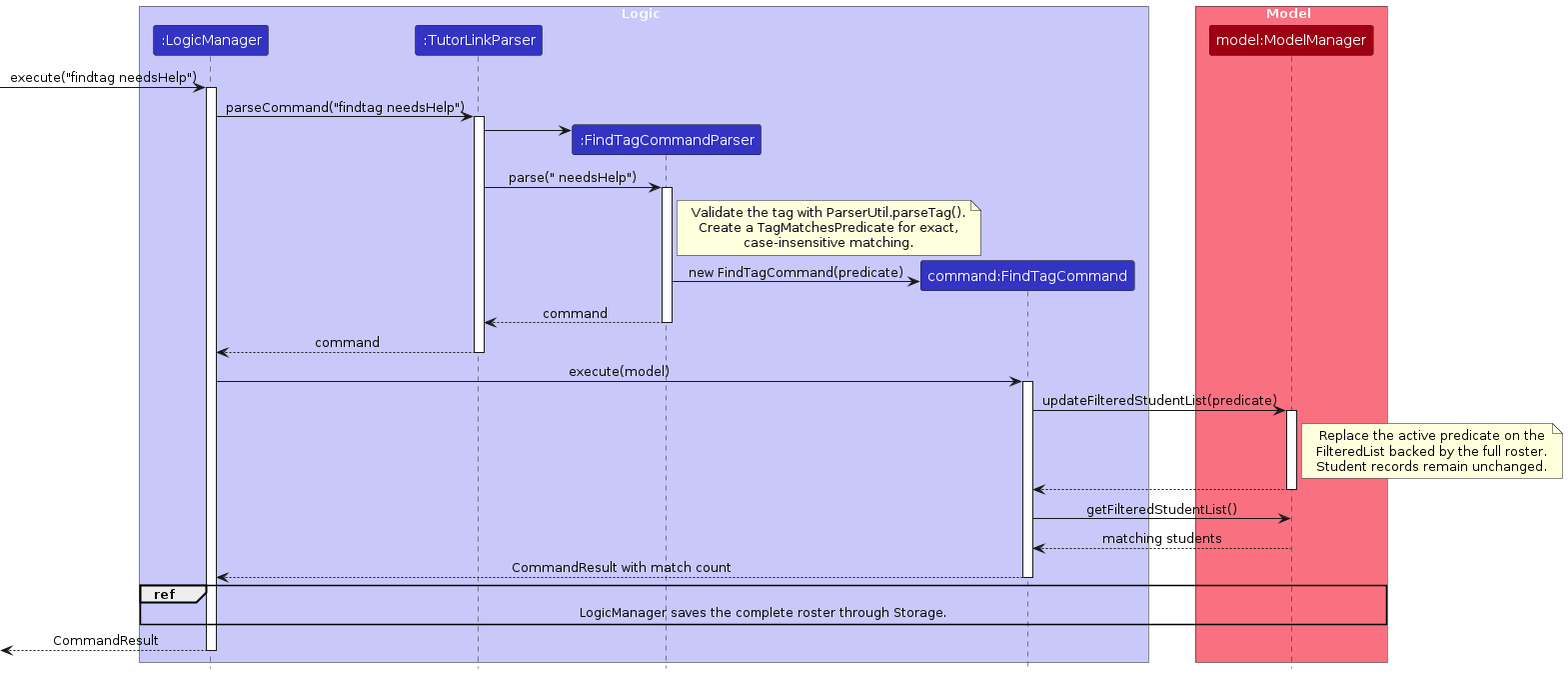
AY2627S1-CS2103T-T13-4/tp keeps this PlantUML diagram as diagrams/FindTagSequenceDiagram.png. Above is the earlier version. Its source is kept beside it as diagrams/FindTagSequenceDiagram.puml. Its diagram source:
```plantuml
@startuml
!include style.puml
skinparam ArrowFontStyle plain
hide footbox

box Logic LOGIC_COLOR_T1
participant ":LogicManager" as LogicManager LOGIC_COLOR
participant ":TutorLinkParser" as TutorLinkParser LOGIC_COLOR
participant ":FindTagCommandParser" as Parser LOGIC_COLOR
participant "command:FindTagCommand" as Command LOGIC_COLOR
end box

box Model MODEL_COLOR_T1
participant "model:ModelManager" as Model MODEL_COLOR
end box

[-> LogicManager : execute("findtag needsHelp")
activate LogicManager
LogicManager -> TutorLinkParser : parseCommand("findtag needsHelp")
activate TutorLinkParser
create Parser
TutorLinkParser -> Parser
TutorLinkParser -> Parser : parse(" needsHelp")
activate Parser
note right of Parser
  Validate the tag with ParserUtil.parseTag().
  Create a TagMatchesPredicate for exact,
  case-insensitive matching.
end note
create Command
Parser -> Command : new FindTagCommand(predicate)
Parser --> TutorLinkParser : command
deactivate Parser
TutorLinkParser --> LogicManager : command
deactivate TutorLinkParser

LogicManager -> Command : execute(model)
activate Command
Command -> Model : updateFilteredStudentList(predicate)
activate Model
note right of Model
  Replace the active predicate on the
  FilteredList backed by the full roster.
  Student records remain unchanged.
end note
Model --> Command
deactivate Model
Command -> Model : getFilteredStudentList()
Model --> Command : matching students
Command --> LogicManager : CommandResult with match count
deactivate Command
ref over LogicManager, Model
  LogicManager saves the complete roster through Storage.
end ref
[<-- LogicManager : CommandResult
deactivate LogicManager
@enduml
```
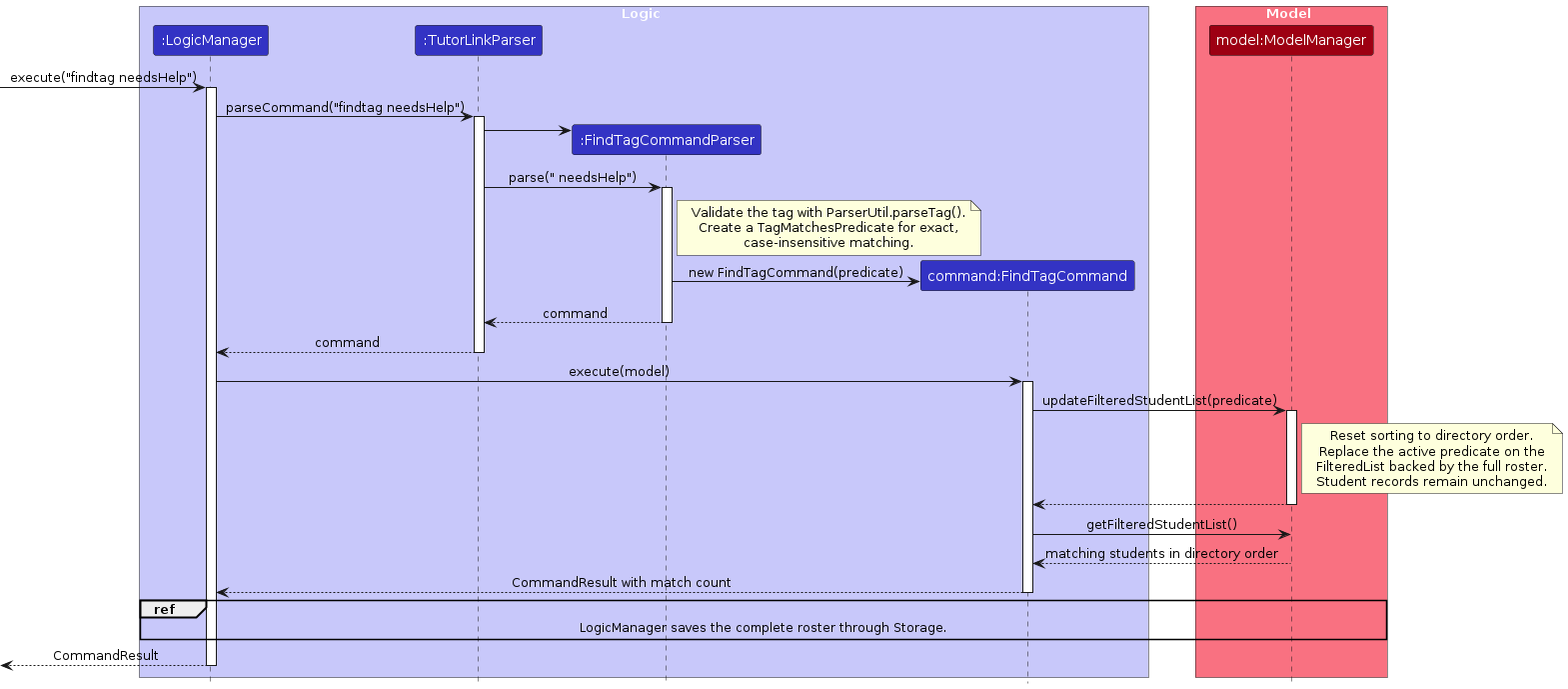
After the change.

What changed in the source:
```diff
@@ -39,6 +39,7 @@
 Command -> Model : updateFilteredStudentList(predicate)
 activate Model
 note right of Model
+  Reset sorting to directory order.
   Replace the active predicate on the
   FilteredList backed by the full roster.
   Student records remain unchanged.
@@ -46,7 +47,7 @@
 Model --> Command
 deactivate Model
 Command -> Model : getFilteredStudentList()
-Model --> Command : matching students
+Model --> Command : matching students in directory order
 Command --> LogicManager : CommandResult with match count
 deactivate Command
 ref over LogicManager, Model
```
